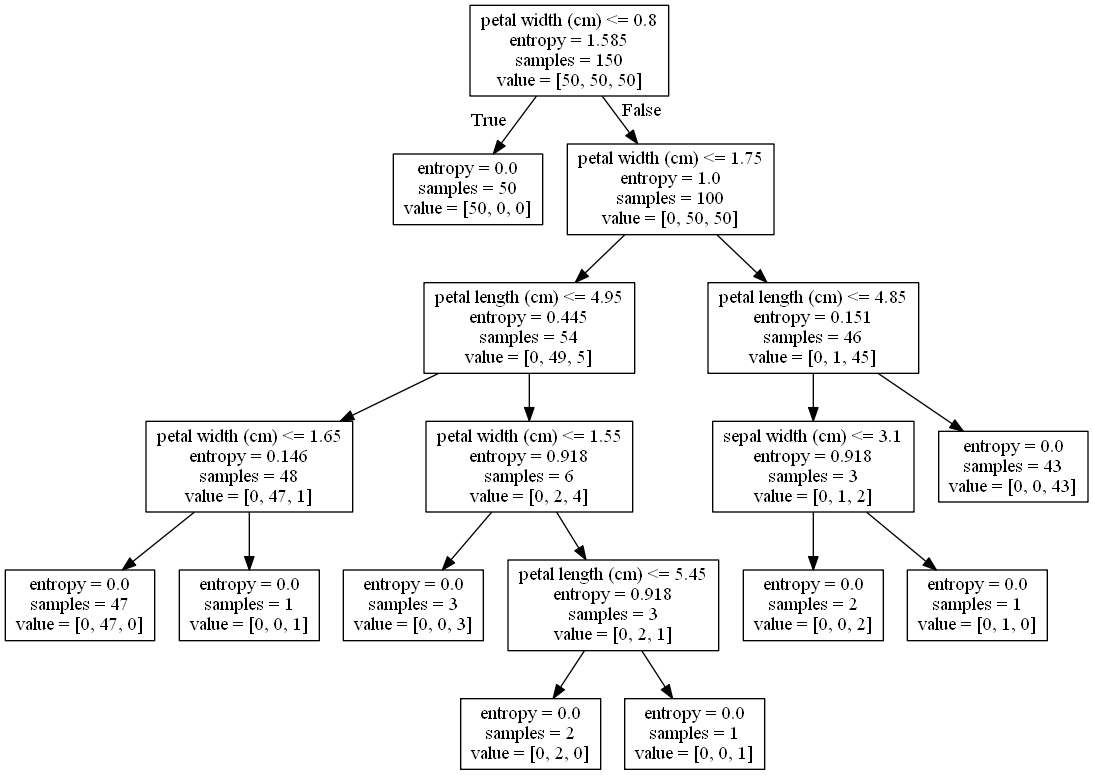
dionsaputra/Scikit-Exploration keeps this Graphviz diagram as dt_ft_model.png. Above is the earlier version. Its source is kept beside it as dt_ft_model.dot.
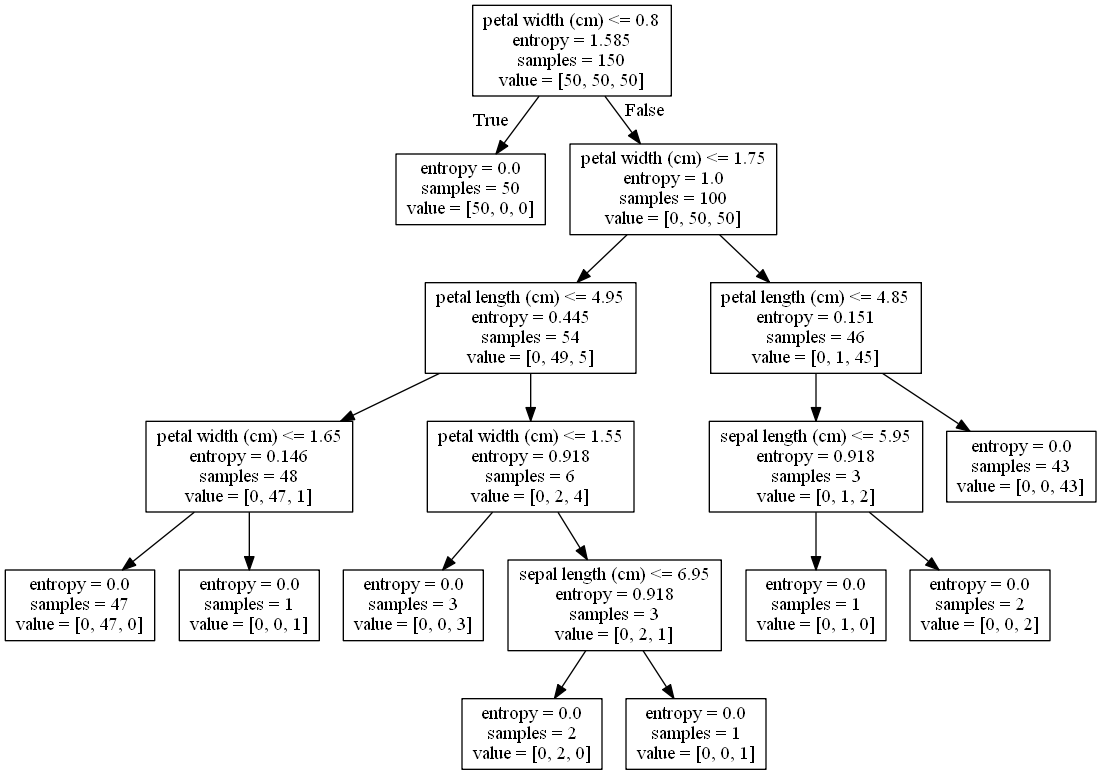
The same file after the commit.

The edit, as a diff of the source:
```diff
@@ -17,7 +17,7 @@
 3 -> 7 ;
 8 [label="entropy = 0.0\nsamples = 3\nvalue = [0, 0, 3]"] ;
 7 -> 8 ;
-9 [label="petal length (cm) <= 5.45\nentropy = 0.918\nsamples = 3\nvalue = [0, 2, 1]"] ;
+9 [label="sepal length (cm) <= 6.95\nentropy = 0.918\nsamples = 3\nvalue = [0, 2, 1]"] ;
 7 -> 9 ;
 10 [label="entropy = 0.0\nsamples = 2\nvalue = [0, 2, 0]"] ;
 9 -> 10 ;
@@ -25,11 +25,11 @@
 9 -> 11 ;
 12 [label="petal length (cm) <= 4.85\nentropy = 0.151\nsamples = 46\nvalue = [0, 1, 45]"] ;
 2 -> 12 ;
-13 [label="sepal width (cm) <= 3.1\nentropy = 0.918\nsamples = 3\nvalue = [0, 1, 2]"] ;
+13 [label="sepal length (cm) <= 5.95\nentropy = 0.918\nsamples = 3\nvalue = [0, 1, 2]"] ;
 12 -> 13 ;
-14 [label="entropy = 0.0\nsamples = 2\nvalue = [0, 0, 2]"] ;
+14 [label="entropy = 0.0\nsamples = 1\nvalue = [0, 1, 0]"] ;
 13 -> 14 ;
-15 [label="entropy = 0.0\nsamples = 1\nvalue = [0, 1, 0]"] ;
+15 [label="entropy = 0.0\nsamples = 2\nvalue = [0, 0, 2]"] ;
 13 -> 15 ;
 16 [label="entropy = 0.0\nsamples = 43\nvalue = [0, 0, 43]"] ;
 12 -> 16 ;
```
